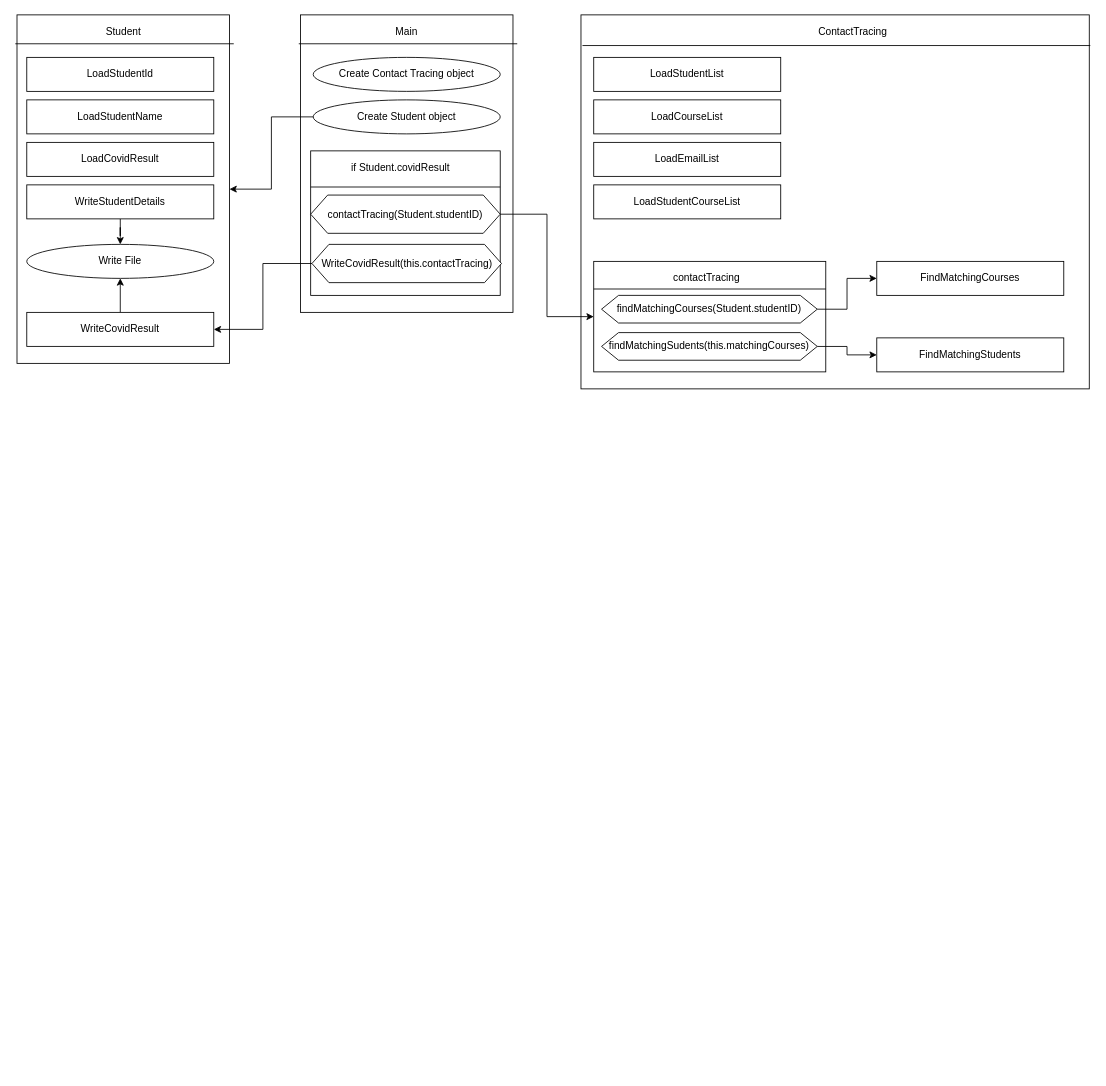
Above: Untitled Diagram.drawio in JackStirling15/JavaAsignment1 (draw.io), before the change. Source tidied: cells renumbered, new cells numbered last; positions are measured from the earlier drawing's top-left corner, leaving out a move shared by most shapes. Both pictures are drawn from the tidied source at 85%, with x=0, y=0 at pixel (14, 14).
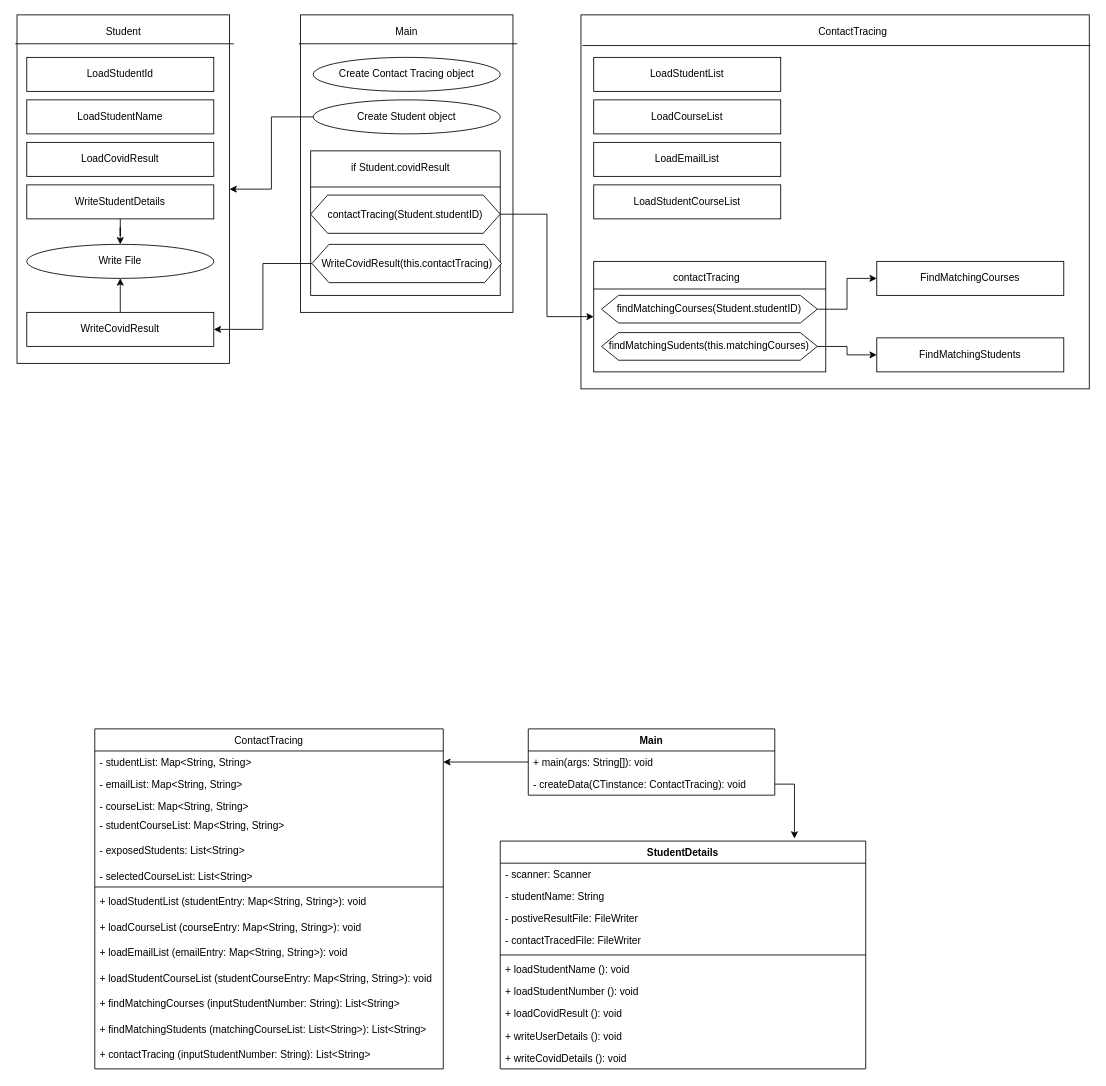
After the change.

Diff of the diagram source:
```diff
@@
+    <mxCell id="45" value="ContactTracing" style="swimlane;fontStyle=0;horizontal=1;startSize=26;fillColor=none;" parent="1" vertex="1">
+      <mxGeometry x="94" y="840" width="410" height="400" as="geometry" />
+    </mxCell>
+    <mxCell id="46" value="- studentList: Map&lt;String, String&gt;" style="text;strokeColor=none;fillColor=none;align=left;verticalAlign=top;spacingLeft=4;spacingRight=4;overflow=hidden;points=[[0,0.5],[1,0.5]];portConstraint=eastwest;" parent="45" vertex="1">
+      <mxGeometry y="26" width="410" height="26" as="geometry" />
+    </mxCell>
+    <mxCell id="47" value="- emailList: Map&lt;String, String&gt;" style="text;strokeColor=none;fillColor=none;align=left;verticalAlign=top;spacingLeft=4;spacingRight=4;overflow=hidden;" parent="45" vertex="1">
+      <mxGeometry y="52" width="410" height="26" as="geometry" />
+    </mxCell>
+    <mxCell id="48" value="- courseList: Map&lt;String, String&gt;" style="text;strokeColor=none;fillColor=none;align=left;verticalAlign=top;spacingLeft=4;spacingRight=4;overflow=hidden;" parent="45" vertex="1">
+      <mxGeometry y="78" width="410" height="22" as="geometry" />
+    </mxCell>
+    <mxCell id="49" value="- studentCourseList: Map&lt;String, String&gt;" style="text;strokeColor=none;fillColor=none;align=left;verticalAlign=top;spacingLeft=4;spacingRight=4;overflow=hidden;" parent="45" vertex="1">
+      <mxGeometry y="100" width="410" height="30" as="geometry" />
+    </mxCell>
+    <mxCell id="50" value="- exposedStudents: List&lt;String&gt;" style="text;strokeColor=none;fillColor=none;align=left;verticalAlign=top;spacingLeft=4;spacingRight=4;overflow=hidden;" parent="45" vertex="1">
+      <mxGeometry y="130" width="410" height="30" as="geometry" />
+    </mxCell>
+    <mxCell id="51" value="- selectedCourseList: List&lt;String&gt;" style="text;strokeColor=none;fillColor=none;align=left;verticalAlign=top;spacingLeft=4;spacingRight=4;overflow=hidden;" parent="45" vertex="1">
+      <mxGeometry y="160" width="410" height="30" as="geometry" />
+    </mxCell>
+    <mxCell id="52" value="+ loadStudentList (studentEntry: Map&lt;String, String&gt;): void" style="text;strokeColor=none;fillColor=none;align=left;verticalAlign=top;spacingLeft=4;spacingRight=4;overflow=hidden;points=[[0,0.5],[1,0.5]];portConstraint=eastwest;" parent="45" vertex="1">
+      <mxGeometry y="190" width="410" height="30" as="geometry" />
+    </mxCell>
+    <mxCell id="53" style="endArrow=none;html=1;exitX=0;exitY=-0.133;exitDx=0;exitDy=0;exitPerimeter=0;entryX=1;entryY=-0.133;entryDx=0;entryDy=0;entryPerimeter=0;" parent="45" edge="1" source="52" target="52">
+      <mxGeometry relative="1" as="geometry" />
+    </mxCell>
+    <mxCell id="54" value="+ loadCourseList (courseEntry: Map&lt;String, String&gt;): void" style="text;strokeColor=none;fillColor=none;align=left;verticalAlign=top;spacingLeft=4;spacingRight=4;overflow=hidden;" parent="45" vertex="1">
+      <mxGeometry y="220" width="410" height="30" as="geometry" />
+    </mxCell>
+    <mxCell id="55" value="+ loadEmailList (emailEntry: Map&lt;String, String&gt;): void" style="text;strokeColor=none;fillColor=none;align=left;verticalAlign=top;spacingLeft=4;spacingRight=4;overflow=hidden;" parent="45" vertex="1">
+      <mxGeometry y="250" width="410" height="30" as="geometry" />
+    </mxCell>
+    <mxCell id="56" value="+ loadStudentCourseList (studentCourseEntry: Map&lt;String, String&gt;): void" style="text;strokeColor=none;fillColor=none;align=left;verticalAlign=top;spacingLeft=4;spacingRight=4;overflow=hidden;" parent="45" vertex="1">
+      <mxGeometry y="280" width="410" height="30" as="geometry" />
+    </mxCell>
+    <mxCell id="57" value="+ findMatchingCourses (inputStudentNumber: String): List&lt;String&gt;" style="text;strokeColor=none;fillColor=none;align=left;verticalAlign=top;spacingLeft=4;spacingRight=4;overflow=hidden;" parent="45" vertex="1">
+      <mxGeometry y="310" width="410" height="30" as="geometry" />
+    </mxCell>
+    <mxCell id="58" value="+ findMatchingStudents (matchingCourseList: List&lt;String&gt;): List&lt;String&gt;" style="text;strokeColor=none;fillColor=none;align=left;verticalAlign=top;spacingLeft=4;spacingRight=4;overflow=hidden;" parent="45" vertex="1">
+      <mxGeometry y="340" width="410" height="30" as="geometry" />
+    </mxCell>
+    <mxCell id="59" value="+ contactTracing (inputStudentNumber: String): List&lt;String&gt;" style="text;strokeColor=none;fillColor=none;align=left;verticalAlign=top;spacingLeft=4;spacingRight=4;overflow=hidden;" parent="45" vertex="1">
+      <mxGeometry y="370" width="410" height="30" as="geometry" />
+    </mxCell>
+    <mxCell id="60" style="edgeStyle=orthogonalEdgeStyle;rounded=0;jettySize=auto;html=1;entryX=1;entryY=0.5;entryDx=0;entryDy=0;" parent="1" edge="1" source="61" target="46">
+      <mxGeometry relative="1" as="geometry" />
+    </mxCell>
+    <mxCell id="61" value="Main" style="swimlane;fontStyle=1;align=center;verticalAlign=top;horizontal=1;startSize=26;" parent="1" vertex="1">
+      <mxGeometry x="604" y="840" width="290" height="78" as="geometry" />
+    </mxCell>
+    <mxCell id="62" value="+ main(args: String[]): void" style="text;strokeColor=none;fillColor=none;align=left;verticalAlign=top;spacingLeft=4;spacingRight=4;overflow=hidden;" parent="61" vertex="1">
+      <mxGeometry y="26" width="290" height="26" as="geometry" />
+    </mxCell>
+    <mxCell id="63" value="- createData(CTinstance: ContactTracing): void" style="text;strokeColor=none;fillColor=none;align=left;verticalAlign=top;spacingLeft=4;spacingRight=4;overflow=hidden;points=[[0,0.5],[1,0.5]];portConstraint=eastwest;" parent="61" vertex="1">
+      <mxGeometry y="52" width="290" height="26" as="geometry" />
+    </mxCell>
+    <mxCell id="64" value="StudentDetails" style="swimlane;fontStyle=1;align=center;verticalAlign=top;horizontal=1;startSize=26;" parent="1" vertex="1">
+      <mxGeometry x="571" y="972" width="430" height="268" as="geometry" />
+    </mxCell>
+    <mxCell id="65" value="- scanner: Scanner" style="text;strokeColor=none;fillColor=none;align=left;verticalAlign=top;spacingLeft=4;spacingRight=4;overflow=hidden;" parent="64" vertex="1">
+      <mxGeometry y="26" width="430" height="26" as="geometry" />
+    </mxCell>
+    <mxCell id="66" value="- studentName: String" style="text;strokeColor=none;fillColor=none;align=left;verticalAlign=top;spacingLeft=4;spacingRight=4;overflow=hidden;" parent="64" vertex="1">
+      <mxGeometry y="52" width="430" height="26" as="geometry" />
+    </mxCell>
+    <mxCell id="67" value="- postiveResultFile: FileWriter" style="text;strokeColor=none;fillColor=none;align=left;verticalAlign=top;spacingLeft=4;spacingRight=4;overflow=hidden;" parent="64" vertex="1">
+      <mxGeometry y="78" width="430" height="26" as="geometry" />
+    </mxCell>
+    <mxCell id="68" value="- contactTracedFile: FileWriter" style="text;strokeColor=none;fillColor=none;align=left;verticalAlign=top;spacingLeft=4;spacingRight=4;overflow=hidden;" parent="64" vertex="1">
+      <mxGeometry y="104" width="430" height="26" as="geometry" />
+    </mxCell>
+    <mxCell id="69" style="line;strokeWidth=1;fillColor=none;align=left;verticalAlign=middle;spacingTop=-1;spacingLeft=3;spacingRight=3;labelPosition=right;" parent="64" vertex="1">
+      <mxGeometry y="130" width="430" height="8" as="geometry" />
+    </mxCell>
+    <mxCell id="70" value="+ loadStudentName (): void" style="text;strokeColor=none;fillColor=none;align=left;verticalAlign=top;spacingLeft=4;spacingRight=4;overflow=hidden;" parent="64" vertex="1">
+      <mxGeometry y="138" width="430" height="26" as="geometry" />
+    </mxCell>
+    <mxCell id="71" value="+ loadStudentNumber (): void" style="text;strokeColor=none;fillColor=none;align=left;verticalAlign=top;spacingLeft=4;spacingRight=4;overflow=hidden;" parent="64" vertex="1">
+      <mxGeometry y="164" width="430" height="26" as="geometry" />
+    </mxCell>
+    <mxCell id="72" value="+ loadCovidResult (): void" style="text;strokeColor=none;fillColor=none;align=left;verticalAlign=top;spacingLeft=4;spacingRight=4;overflow=hidden;" parent="64" vertex="1">
+      <mxGeometry y="190" width="430" height="26" as="geometry" />
+    </mxCell>
+    <mxCell id="73" value="+ writeUserDetails (): void" style="text;strokeColor=none;fillColor=none;align=left;verticalAlign=top;spacingLeft=4;spacingRight=4;overflow=hidden;" parent="64" vertex="1">
+      <mxGeometry y="216" width="430" height="26" as="geometry" />
+    </mxCell>
+    <mxCell id="74" value="+ writeCovidDetails (): void" style="text;strokeColor=none;fillColor=none;align=left;verticalAlign=top;spacingLeft=4;spacingRight=4;overflow=hidden;" parent="64" vertex="1">
+      <mxGeometry y="242" width="430" height="26" as="geometry" />
+    </mxCell>
+    <mxCell id="75" style="edgeStyle=orthogonalEdgeStyle;rounded=0;jettySize=auto;html=1;entryX=0.805;entryY=-0.011;entryDx=0;entryDy=0;entryPerimeter=0;" parent="1" edge="1" source="63" target="64">
+      <mxGeometry relative="1" as="geometry" />
+    </mxCell>
```
